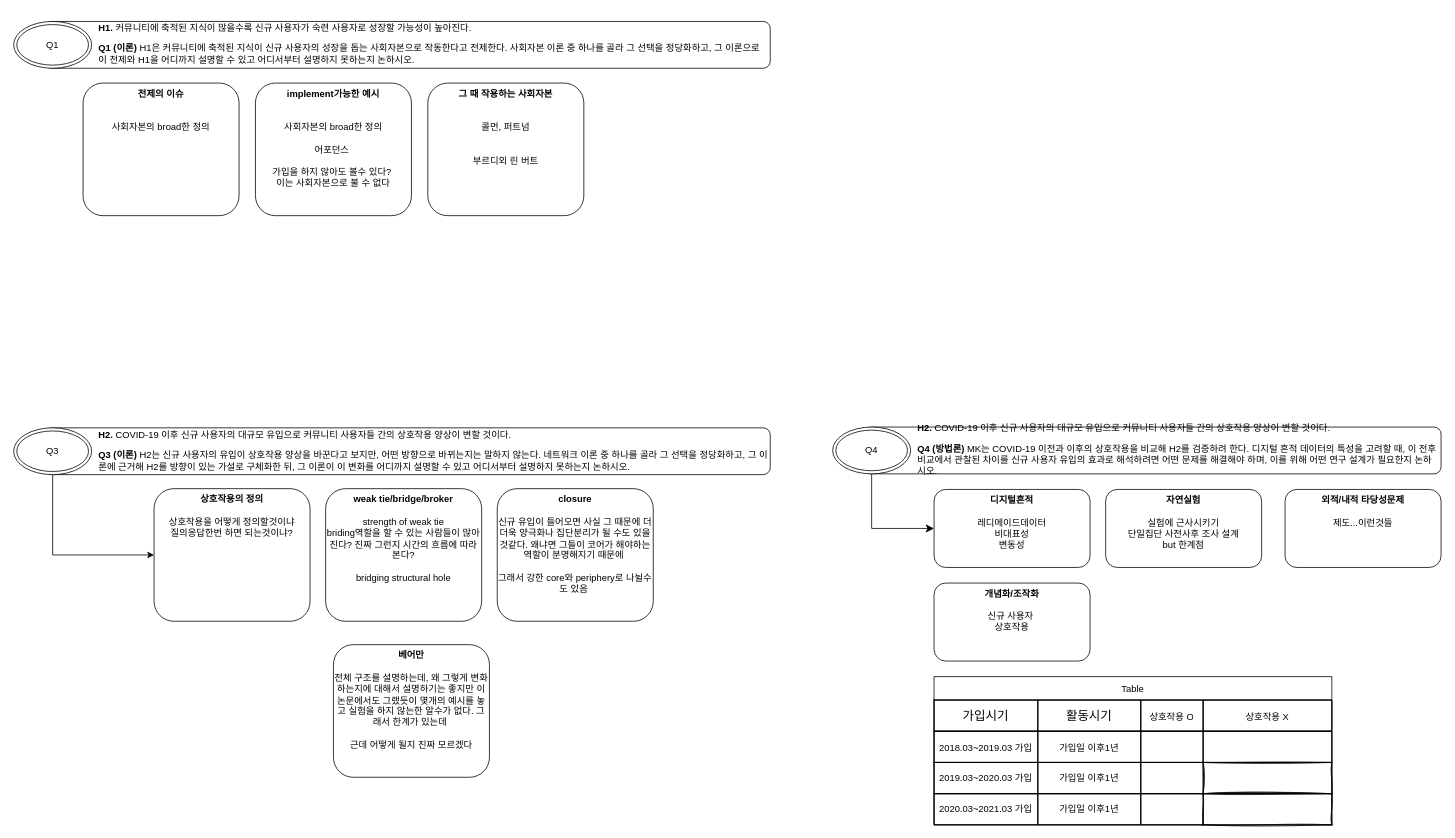
Above: Untitled Diagram.drawio in myokyunghan/drawio_for_qual (draw.io), before the change. Source tidied: cells renumbered, new cells numbered last; positions are measured from the earlier drawing's top-left corner, leaving out a move shared by most shapes. Both pictures are drawn from the tidied source at 78%, with x=0, y=0 at pixel (13, 20).
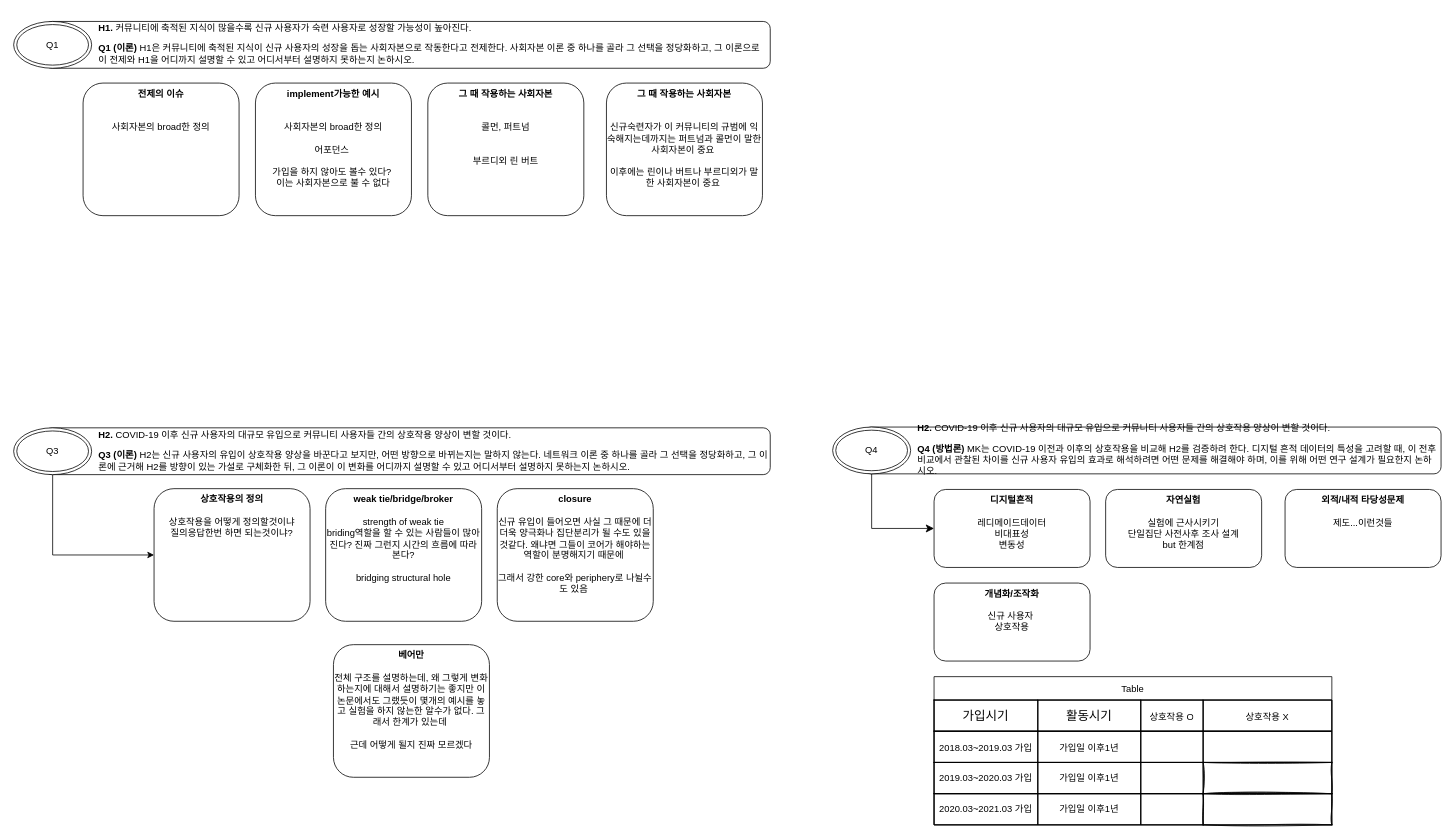
The same page after the edit.

Diff of the diagram source:
```diff
@@
+    <mxCell id="45" value="&lt;b&gt;그 때 작용하는 사회자본&lt;/b&gt;&lt;br&gt;&lt;div&gt;&lt;b&gt;&lt;br&gt;&lt;/b&gt;&lt;/div&gt;&lt;div&gt;&lt;b&gt;&lt;br&gt;&lt;/b&gt;&lt;/div&gt;&lt;div&gt;신규숙련자가 이 커뮤니티의 규범에 익숙해지는데까지는 퍼트넘과 콜먼이 말한 사회자본이 중요&amp;nbsp;&lt;/div&gt;&lt;div&gt;&lt;br&gt;&lt;/div&gt;&lt;div&gt;이후에는 린이나 버트나 부르디외가 말한 사회자본이 중요&amp;nbsp;&lt;/div&gt;" style="rounded=1;whiteSpace=wrap;html=1;roundedPerimeter=1;verticalAlign=top;" parent="1" vertex="1">
+      <mxGeometry x="760" y="80" width="200" height="170" as="geometry" />
+    </mxCell>
```
